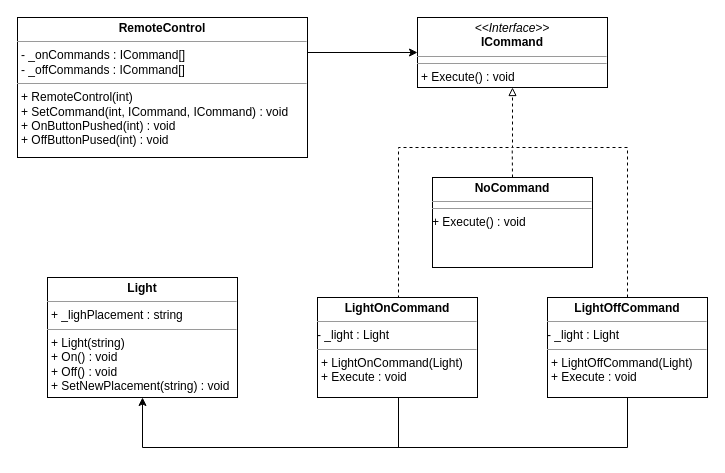
Before: Simple_Command_Pattern/ClassDiagram_CommandPattern_Simple.drawio in MortenFilt/CommandPattern, a draw.io diagram. Source tidied: cells renumbered, new cells numbered last; positions are measured from the earlier drawing's top-left corner, leaving out a move shared by most shapes. Both pictures are drawn from the tidied source at 100%, with x=0, y=0 at pixel (17, 17).
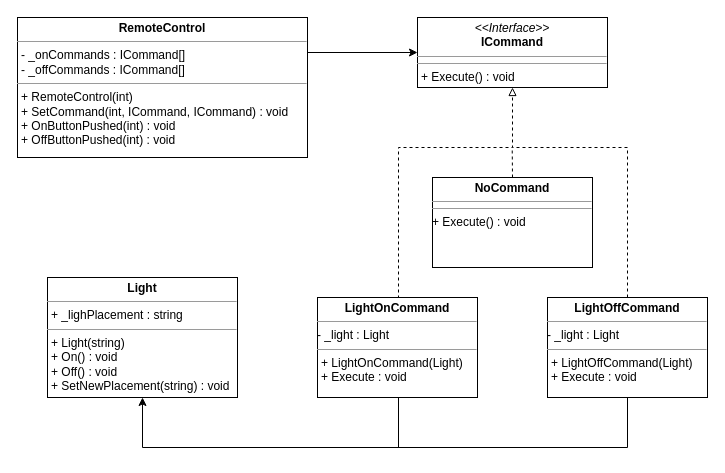
The same page after the edit.

Diff of the diagram source:
```diff
@@
-    <mxCell id="3" value="&lt;p style=&quot;margin: 0px ; margin-top: 4px ; text-align: center&quot;&gt;&lt;b&gt;RemoteControl&lt;/b&gt;&lt;/p&gt;&lt;hr size=&quot;1&quot;&gt;&lt;p style=&quot;margin: 0px ; margin-left: 4px&quot;&gt;- _onCommands : ICommand[]&lt;/p&gt;&lt;p style=&quot;margin: 0px ; margin-left: 4px&quot;&gt;- _offCommands : ICommand[]&lt;br&gt;&lt;/p&gt;&lt;hr size=&quot;1&quot;&gt;&lt;p style=&quot;margin: 0px ; margin-left: 4px&quot;&gt;+ RemoteControl(int)&lt;/p&gt;&lt;p style=&quot;margin: 0px ; margin-left: 4px&quot;&gt;+ SetCommand(int, ICommand, ICommand) : void&lt;/p&gt;&lt;p style=&quot;margin: 0px ; margin-left: 4px&quot;&gt;+ OnButtonPushed(int) : void&lt;/p&gt;&lt;p style=&quot;margin: 0px ; margin-left: 4px&quot;&gt;+ OffButtonPused(int) : void&lt;br&gt;&lt;/p&gt;" style="verticalAlign=top;align=left;overflow=fill;fontSize=12;fontFamily=Helvetica;html=1;" parent="1" vertex="1">
+    <mxCell id="3" value="&lt;p style=&quot;margin: 0px ; margin-top: 4px ; text-align: center&quot;&gt;&lt;b&gt;RemoteControl&lt;/b&gt;&lt;/p&gt;&lt;hr size=&quot;1&quot;&gt;&lt;p style=&quot;margin: 0px ; margin-left: 4px&quot;&gt;- _onCommands : ICommand[]&lt;/p&gt;&lt;p style=&quot;margin: 0px ; margin-left: 4px&quot;&gt;- _offCommands : ICommand[]&lt;br&gt;&lt;/p&gt;&lt;hr size=&quot;1&quot;&gt;&lt;p style=&quot;margin: 0px ; margin-left: 4px&quot;&gt;+ RemoteControl(int)&lt;/p&gt;&lt;p style=&quot;margin: 0px ; margin-left: 4px&quot;&gt;+ SetCommand(int, ICommand, ICommand) : void&lt;/p&gt;&lt;p style=&quot;margin: 0px ; margin-left: 4px&quot;&gt;+ OnButtonPushed(int) : void&lt;/p&gt;&lt;p style=&quot;margin: 0px ; margin-left: 4px&quot;&gt;+ OffButtonPushed(int) : void&lt;br&gt;&lt;/p&gt;" style="verticalAlign=top;align=left;overflow=fill;fontSize=12;fontFamily=Helvetica;html=1;" parent="1" vertex="1">
       <mxGeometry width="290" height="140" as="geometry" />
     </mxCell>
```
